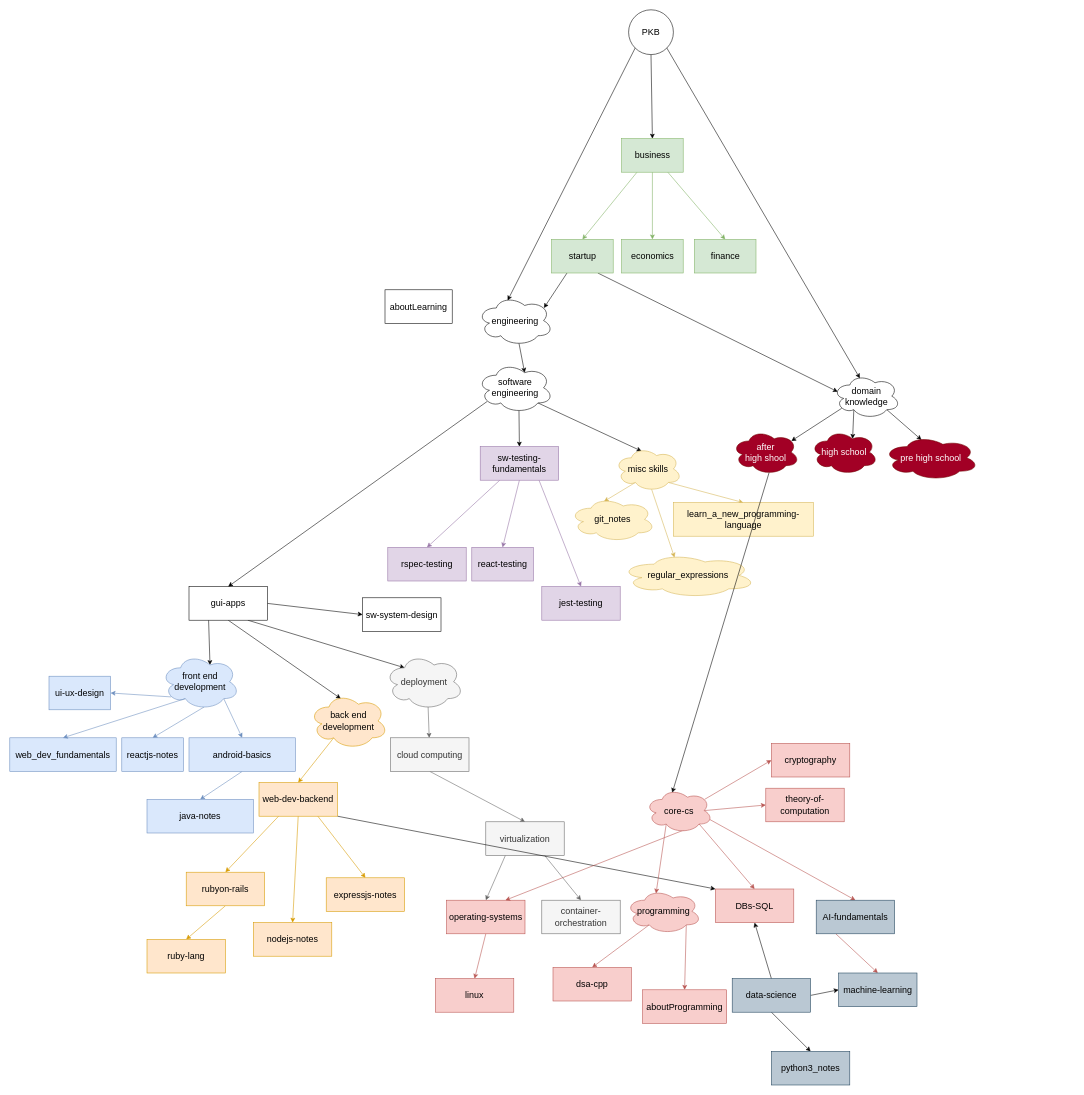
Earlier version of the draw.io diagram page "college-now" (1 of 4) of assets/personal_knowledge_base.drawio (sanjar-notes/.github). Source tidied: cells renumbered, new cells numbered last; positions are measured from the earlier drawing's top-left corner, leaving out a move shared by most shapes. Both pictures are drawn from the tidied source at 56%, with x=0, y=0 at pixel (10, 10).
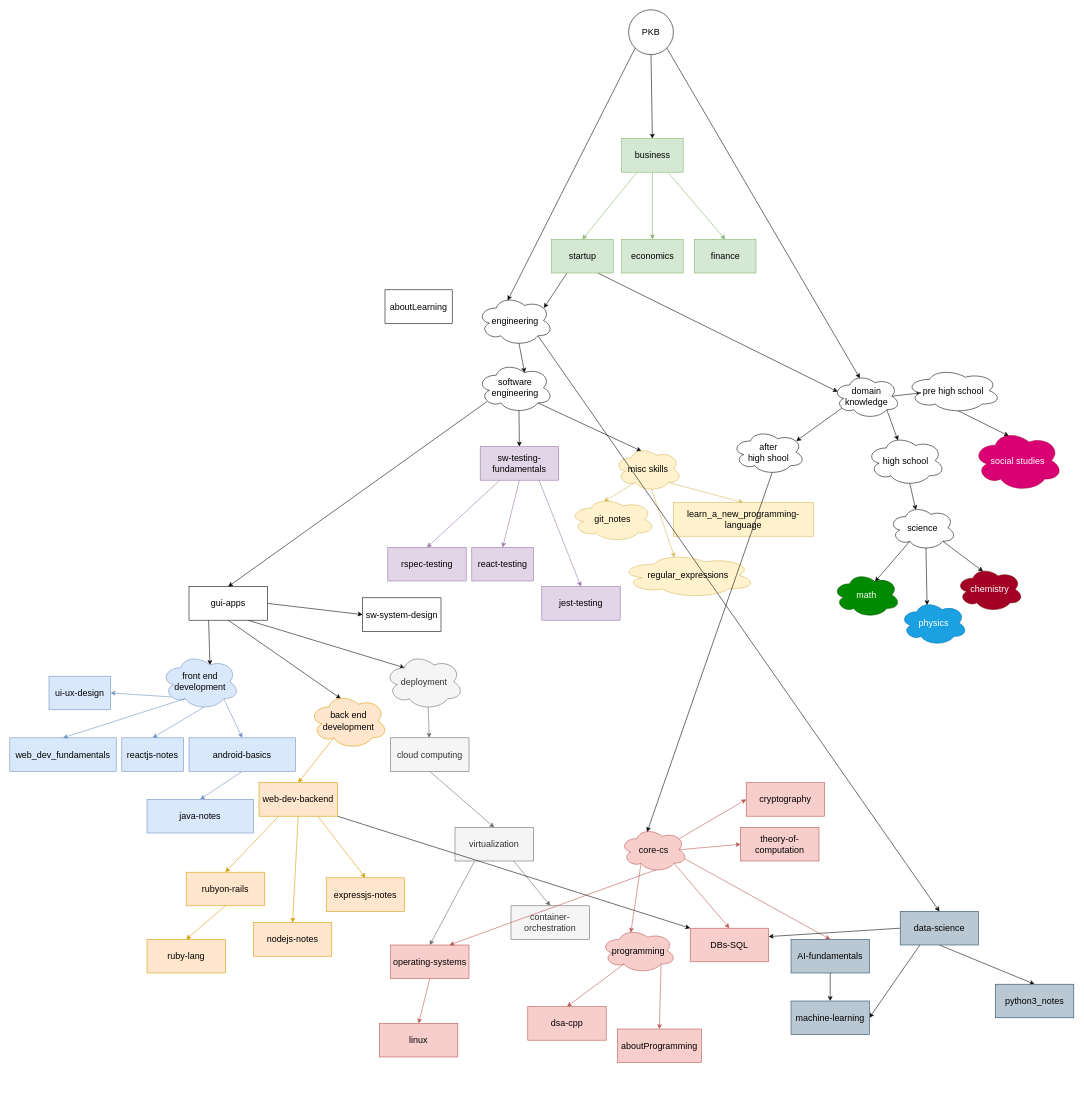
Above is the later version.

The change refers to these unchanged cells:
```xml
<mxCell id="86" value="domain knowledge" style="ellipse;shape=cloud;whiteSpace=wrap;html=1;fontSize=16;" parent="1" vertex="1">
  <mxGeometry x="1470" y="650" width="120" height="80" as="geometry" />
</mxCell>
<mxCell id="105" value="engineering" style="ellipse;shape=cloud;whiteSpace=wrap;html=1;fontSize=16;" parent="1" vertex="1">
  <mxGeometry x="835" y="510" width="135" height="90" as="geometry" />
</mxCell>
```

What changed in the source:
```diff
@@
     <mxCell id="5" value="operating-systems" style="rounded=0;whiteSpace=wrap;html=1;fontSize=16;fillColor=#f8cecc;strokeColor=#b85450;fontColor=#000000;" parent="1" vertex="1">
-      <mxGeometry x="780" y="1590" width="140" height="60" as="geometry" />
+      <mxGeometry x="680" y="1670" width="140" height="60" as="geometry" />
     </mxCell>
     <mxCell id="6" value="container-orchestration" style="rounded=0;whiteSpace=wrap;html=1;fontSize=16;fillColor=#f5f5f5;fontColor=#333333;strokeColor=#666666;" parent="1" vertex="1">
-      <mxGeometry x="950" y="1590" width="140" height="60" as="geometry" />
+      <mxGeometry x="895" y="1600" width="140" height="60" as="geometry" />
     </mxCell>
     <mxCell id="7" value="linux" style="rounded=0;whiteSpace=wrap;html=1;fontSize=16;fillColor=#f8cecc;strokeColor=#b85450;fontColor=#000000;" parent="1" vertex="1">
-      <mxGeometry x="760" y="1730" width="140" height="60" as="geometry" />
+      <mxGeometry x="660" y="1810" width="140" height="60" as="geometry" />
     </mxCell>
@@
     <mxCell id="10" value="virtualization" style="rounded=0;whiteSpace=wrap;html=1;fontSize=16;fillColor=#f5f5f5;fontColor=#333333;strokeColor=#666666;" parent="1" vertex="1">
-      <mxGeometry x="850" y="1450" width="140" height="60" as="geometry" />
+      <mxGeometry x="795" y="1460" width="140" height="60" as="geometry" />
     </mxCell>
@@
     <mxCell id="49" value="core-cs" style="ellipse;shape=cloud;whiteSpace=wrap;html=1;fontSize=16;fillColor=#f8cecc;strokeColor=#b85450;fontColor=#000000;" parent="1" vertex="1">
-      <mxGeometry x="1135" y="1390" width="120" height="80" as="geometry" />
+      <mxGeometry x="1090" y="1460" width="120" height="80" as="geometry" />
     </mxCell>
     <mxCell id="50" value="DBs-SQL" style="rounded=0;whiteSpace=wrap;html=1;fontSize=16;fillColor=#f8cecc;strokeColor=#b85450;fontColor=#000000;" parent="1" vertex="1">
-      <mxGeometry x="1260" y="1570" width="140" height="60" as="geometry" />
+      <mxGeometry x="1215" y="1640" width="140" height="60" as="geometry" />
     </mxCell>
@@
     <mxCell id="54" value="programming" style="ellipse;shape=cloud;whiteSpace=wrap;html=1;fontSize=16;fillColor=#f8cecc;strokeColor=#b85450;fontColor=#000000;" parent="1" vertex="1">
-      <mxGeometry x="1100" y="1570" width="135" height="80" as="geometry" />
+      <mxGeometry x="1055" y="1640" width="135" height="80" as="geometry" />
     </mxCell>
     <mxCell id="55" value="dsa-cpp" style="rounded=0;whiteSpace=wrap;html=1;fontSize=16;fillColor=#f8cecc;strokeColor=#b85450;fontColor=#000000;" parent="1" vertex="1">
-      <mxGeometry x="970" y="1710" width="140" height="60" as="geometry" />
+      <mxGeometry x="925" y="1780" width="140" height="60" as="geometry" />
     </mxCell>
     <mxCell id="56" value="cryptography" style="rounded=0;whiteSpace=wrap;html=1;fontSize=16;fillColor=#f8cecc;strokeColor=#b85450;fontColor=#000000;" parent="1" vertex="1">
-      <mxGeometry x="1360" y="1310" width="140" height="60" as="geometry" />
+      <mxGeometry x="1315" y="1380" width="140" height="60" as="geometry" />
     </mxCell>
-    <mxCell id="57" style="edgeStyle=none;html=1;exitX=0.25;exitY=1;exitDx=0;exitDy=0;entryX=0.5;entryY=0;entryDx=0;entryDy=0;fillColor=#f8cecc;strokeColor=#b85450;fontColor=#000000;" parent="1" edge="1" source="58" target="63">
+    <mxCell id="57" style="edgeStyle=none;rounded=0;jettySize=auto;html=1;exitX=0.5;exitY=1;exitDx=0;exitDy=0;" parent="1" edge="1" source="58" target="63">
       <mxGeometry relative="1" as="geometry" />
     </mxCell>
     <mxCell id="58" value="AI-fundamentals" style="rounded=0;whiteSpace=wrap;html=1;fontSize=16;fillColor=#bac8d3;strokeColor=#23445d;fontColor=#000000;" parent="1" vertex="1">
-      <mxGeometry x="1440" y="1590" width="140" height="60" as="geometry" />
+      <mxGeometry x="1395" y="1660" width="140" height="60" as="geometry" />
     </mxCell>
@@
     <mxCell id="61" value="theory-of-computation" style="rounded=0;whiteSpace=wrap;html=1;fontSize=16;fillColor=#f8cecc;strokeColor=#b85450;fontColor=#000000;" parent="1" vertex="1">
-      <mxGeometry x="1350" y="1390" width="140" height="60" as="geometry" />
+      <mxGeometry x="1305" y="1460" width="140" height="60" as="geometry" />
     </mxCell>
@@
-    <mxCell id="63" value="machine-learning" style="rounded=0;whiteSpace=wrap;html=1;fontSize=16;fillColor=#bac8d3;strokeColor=#23445d;fontColor=#000000;" parent="1" vertex="1">
-      <mxGeometry x="1480" y="1720" width="140" height="60" as="geometry" />
-    </mxCell>
-    <mxCell id="64" style="edgeStyle=none;html=1;exitX=0.5;exitY=1;exitDx=0;exitDy=0;entryX=0.5;entryY=0;entryDx=0;entryDy=0;fontColor=#000000;" parent="1" edge="1" source="67" target="68">
-      <mxGeometry relative="1" as="geometry" />
-    </mxCell>
-    <mxCell id="65" style="edgeStyle=none;html=1;exitX=0.5;exitY=0;exitDx=0;exitDy=0;entryX=0.5;entryY=1;entryDx=0;entryDy=0;fontColor=#000000;" parent="1" edge="1" source="67" target="50">
-      <mxGeometry relative="1" as="geometry" />
-    </mxCell>
-    <mxCell id="66" style="edgeStyle=none;html=1;exitX=1;exitY=0.5;exitDx=0;exitDy=0;entryX=0;entryY=0.5;entryDx=0;entryDy=0;fontColor=#000000;" parent="1" edge="1" source="67" target="63">
-      <mxGeometry relative="1" as="geometry" />
-    </mxCell>
-    <mxCell id="67" value="data-science" style="rounded=0;whiteSpace=wrap;html=1;fontSize=16;fillColor=#bac8d3;strokeColor=#23445d;fontColor=#000000;" parent="1" vertex="1">
-      <mxGeometry x="1290" y="1730" width="140" height="60" as="geometry" />
-    </mxCell>
-    <mxCell id="68" value="python3_notes" style="rounded=0;whiteSpace=wrap;html=1;fontSize=16;fillColor=#bac8d3;strokeColor=#23445d;fontColor=#000000;" parent="1" vertex="1">
-      <mxGeometry x="1360" y="1860" width="140" height="60" as="geometry" />
-    </mxCell>
@@
-    <mxCell id="83" style="edgeStyle=none;html=1;exitX=0.31;exitY=0.8;exitDx=0;exitDy=0;exitPerimeter=0;entryX=0.625;entryY=0.2;entryDx=0;entryDy=0;entryPerimeter=0;" parent="1" edge="1" source="86" target="102">
+    <mxCell id="83" style="edgeStyle=none;html=1;exitX=0.8;exitY=0.8;exitDx=0;exitDy=0;exitPerimeter=0;entryX=0.4;entryY=0.1;entryDx=0;entryDy=0;entryPerimeter=0;" parent="1" edge="1" source="86" target="102">
       <mxGeometry relative="1" as="geometry" />
     </mxCell>
-    <mxCell id="84" style="edgeStyle=none;html=1;exitX=0.8;exitY=0.8;exitDx=0;exitDy=0;exitPerimeter=0;entryX=0.4;entryY=0.1;entryDx=0;entryDy=0;entryPerimeter=0;" parent="1" edge="1" source="86" target="103">
+    <mxCell id="84" style="edgeStyle=none;html=1;exitX=0.875;exitY=0.5;exitDx=0;exitDy=0;exitPerimeter=0;entryX=0.16;entryY=0.55;entryDx=0;entryDy=0;entryPerimeter=0;" parent="1" edge="1" source="86" target="103">
       <mxGeometry relative="1" as="geometry" />
     </mxCell>
@@
     <mxCell id="95" value="aboutProgramming" style="rounded=0;whiteSpace=wrap;html=1;fillColor=#f8cecc;strokeColor=#b85450;fontSize=16;fontColor=#000000;" parent="1" vertex="1">
-      <mxGeometry x="1130" y="1750" width="150" height="60" as="geometry" />
+      <mxGeometry x="1085" y="1820" width="150" height="60" as="geometry" />
     </mxCell>
@@
+    <mxCell id="107" style="edgeStyle=none;rounded=0;jettySize=auto;html=1;exitX=0.55;exitY=0.95;exitDx=0;exitDy=0;exitPerimeter=0;entryX=0.4;entryY=0.1;entryDx=0;entryDy=0;entryPerimeter=0;" parent="1" edge="1" source="102" target="116">
+      <mxGeometry relative="1" as="geometry" />
+    </mxCell>
-    <mxCell id="102" value="high school" style="ellipse;shape=cloud;whiteSpace=wrap;html=1;fontSize=16;fillColor=#a20025;fontColor=#ffffff;strokeColor=#6F0000;" parent="1" vertex="1">
-      <mxGeometry x="1430" y="750" width="120" height="80" as="geometry" />
+    <mxCell id="102" value="high school" style="ellipse;shape=cloud;whiteSpace=wrap;html=1;fontSize=16;" parent="1" vertex="1">
+      <mxGeometry x="1530" y="760" width="140" height="90" as="geometry" />
     </mxCell>
+    <mxCell id="108" style="edgeStyle=none;rounded=0;jettySize=auto;html=1;exitX=0.55;exitY=0.95;exitDx=0;exitDy=0;exitPerimeter=0;entryX=0.4;entryY=0.1;entryDx=0;entryDy=0;entryPerimeter=0;" parent="1" edge="1" source="103" target="117">
+      <mxGeometry relative="1" as="geometry" />
+    </mxCell>
-    <mxCell id="103" value="pre high school" style="ellipse;shape=cloud;whiteSpace=wrap;html=1;fontSize=16;fillColor=#a20025;fontColor=#ffffff;strokeColor=#6F0000;" parent="1" vertex="1">
-      <mxGeometry x="1560" y="760" width="170" height="80" as="geometry" />
+    <mxCell id="103" value="pre high school" style="ellipse;shape=cloud;whiteSpace=wrap;html=1;fontSize=16;" parent="1" vertex="1">
+      <mxGeometry x="1600" y="640" width="170" height="80" as="geometry" />
     </mxCell>
@@
+    <mxCell id="109" style="edgeStyle=none;rounded=0;jettySize=auto;html=1;exitX=0.8;exitY=0.8;exitDx=0;exitDy=0;exitPerimeter=0;entryX=0.5;entryY=0;entryDx=0;entryDy=0;" parent="1" edge="1" source="105" target="67">
+      <mxGeometry relative="1" as="geometry" />
+    </mxCell>
@@
-    <mxCell id="106" value="after &lt;br&gt;high shool" style="ellipse;shape=cloud;whiteSpace=wrap;html=1;fontSize=16;fillColor=#a20025;fontColor=#ffffff;strokeColor=#6F0000;" parent="1" vertex="1">
-      <mxGeometry x="1290" y="750" width="120" height="80" as="geometry" />
+    <mxCell id="106" value="after &lt;br&gt;high shool" style="ellipse;shape=cloud;whiteSpace=wrap;html=1;fontSize=16;" parent="1" vertex="1">
+      <mxGeometry x="1290" y="750" width="130" height="80" as="geometry" />
     </mxCell>
+    <mxCell id="110" value="math" style="ellipse;shape=cloud;whiteSpace=wrap;html=1;fontSize=16;fillColor=#008a00;fontColor=#ffffff;strokeColor=#005700;" parent="1" vertex="1">
+      <mxGeometry x="1470" y="1005" width="120" height="80" as="geometry" />
+    </mxCell>
+    <mxCell id="111" value="chemistry" style="ellipse;shape=cloud;whiteSpace=wrap;html=1;fontSize=16;fillColor=#a20025;fontColor=#ffffff;strokeColor=#6F0000;" parent="1" vertex="1">
+      <mxGeometry x="1690" y="995" width="120" height="80" as="geometry" />
+    </mxCell>
+    <mxCell id="112" value="physics" style="ellipse;shape=cloud;whiteSpace=wrap;html=1;fontSize=16;fillColor=#1ba1e2;fontColor=#ffffff;strokeColor=#006EAF;" parent="1" vertex="1">
+      <mxGeometry x="1590" y="1055" width="120" height="80" as="geometry" />
+    </mxCell>
+    <mxCell id="113" style="rounded=0;jettySize=auto;html=1;exitX=0.31;exitY=0.8;exitDx=0;exitDy=0;exitPerimeter=0;entryX=0.625;entryY=0.2;entryDx=0;entryDy=0;entryPerimeter=0;" parent="1" edge="1" source="116" target="110">
+      <mxGeometry relative="1" as="geometry" />
+    </mxCell>
+    <mxCell id="114" style="rounded=0;jettySize=auto;html=1;exitX=0.55;exitY=0.95;exitDx=0;exitDy=0;exitPerimeter=0;entryX=0.4;entryY=0.1;entryDx=0;entryDy=0;entryPerimeter=0;" parent="1" edge="1" source="116" target="112">
+      <mxGeometry relative="1" as="geometry" />
+    </mxCell>
+    <mxCell id="115" style="rounded=0;jettySize=auto;html=1;exitX=0.8;exitY=0.8;exitDx=0;exitDy=0;exitPerimeter=0;entryX=0.4;entryY=0.1;entryDx=0;entryDy=0;entryPerimeter=0;" parent="1" edge="1" source="116" target="111">
+      <mxGeometry relative="1" as="geometry" />
+    </mxCell>
+    <mxCell id="116" value="science" style="ellipse;shape=cloud;whiteSpace=wrap;html=1;fontSize=16;" parent="1" vertex="1">
+      <mxGeometry x="1570" y="885" width="120" height="80" as="geometry" />
+    </mxCell>
+    <mxCell id="117" value="social studies" style="ellipse;shape=cloud;whiteSpace=wrap;html=1;fontSize=16;fillColor=#d80073;fontColor=#ffffff;strokeColor=#A50040;" parent="1" vertex="1">
+      <mxGeometry x="1720" y="750" width="160" height="110" as="geometry" />
+    </mxCell>
+    <mxCell id="66" style="edgeStyle=none;rounded=0;jettySize=auto;html=1;exitX=0.25;exitY=1;exitDx=0;exitDy=0;entryX=1;entryY=0.5;entryDx=0;entryDy=0;" parent="1" edge="1" source="67" target="63">
+      <mxGeometry relative="1" as="geometry" />
+    </mxCell>
+    <mxCell id="63" value="machine-learning" style="rounded=0;whiteSpace=wrap;html=1;fontSize=16;fillColor=#bac8d3;strokeColor=#23445d;fontColor=#000000;" parent="1" vertex="1">
+      <mxGeometry x="1395" y="1770" width="140" height="60" as="geometry" />
+    </mxCell>
+    <mxCell id="64" style="edgeStyle=none;html=1;exitX=0.5;exitY=1;exitDx=0;exitDy=0;entryX=0.5;entryY=0;entryDx=0;entryDy=0;fontColor=#000000;" parent="1" edge="1" source="67" target="68">
+      <mxGeometry relative="1" as="geometry" />
+    </mxCell>
+    <mxCell id="65" style="edgeStyle=none;rounded=0;jettySize=auto;html=1;exitX=0;exitY=0.5;exitDx=0;exitDy=0;entryX=1;entryY=0.25;entryDx=0;entryDy=0;" parent="1" edge="1" source="67" target="50">
+      <mxGeometry relative="1" as="geometry" />
+    </mxCell>
+    <mxCell id="67" value="data-science" style="rounded=0;whiteSpace=wrap;html=1;fontSize=16;fillColor=#bac8d3;strokeColor=#23445d;fontColor=#000000;" parent="1" vertex="1">
+      <mxGeometry x="1590" y="1610" width="140" height="60" as="geometry" />
+    </mxCell>
+    <mxCell id="68" value="python3_notes" style="rounded=0;whiteSpace=wrap;html=1;fontSize=16;fillColor=#bac8d3;strokeColor=#23445d;fontColor=#000000;" parent="1" vertex="1">
+      <mxGeometry x="1760" y="1740" width="140" height="60" as="geometry" />
+    </mxCell>
```
